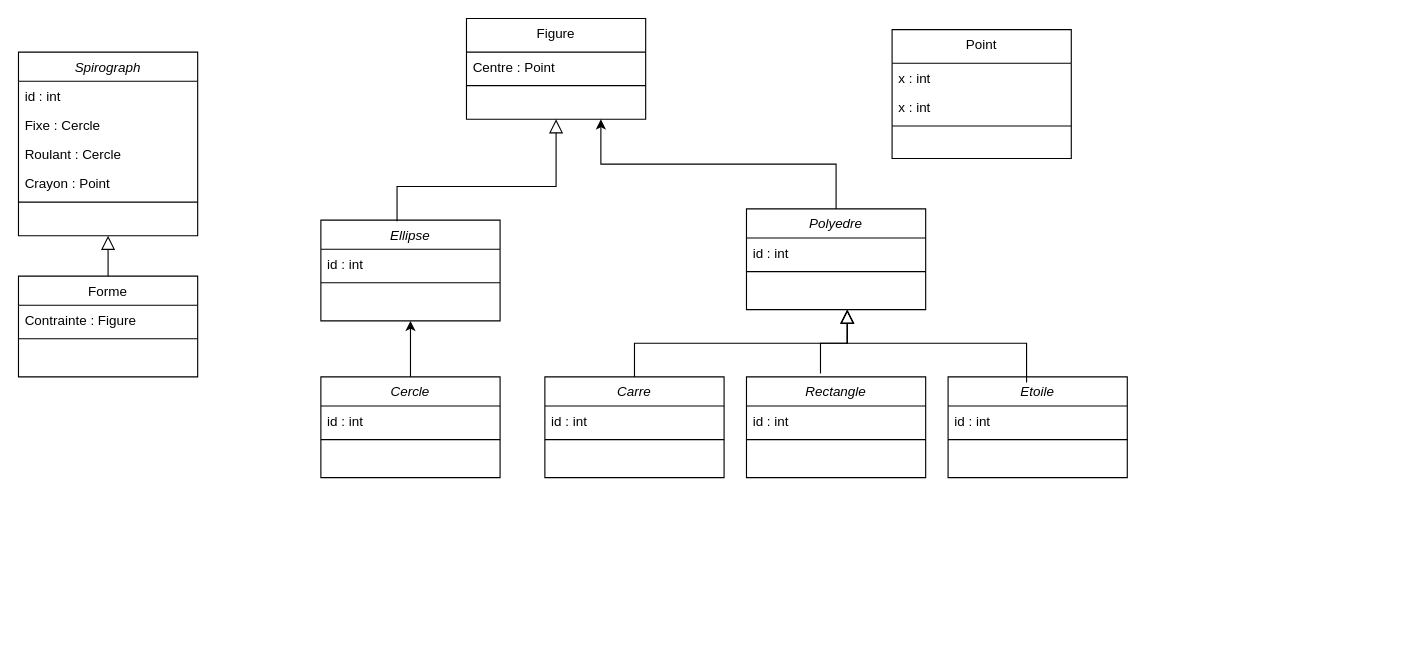
This is spirograph.drawio from Halexeli/The_Incredibles, a draw.io file, before an edit. Source tidied: cells renumbered, new cells numbered last; positions are measured from the earlier drawing's top-left corner, leaving out a move shared by most shapes. Both pictures are drawn from the tidied source at 112%, with x=0, y=0 at pixel (18, 18).
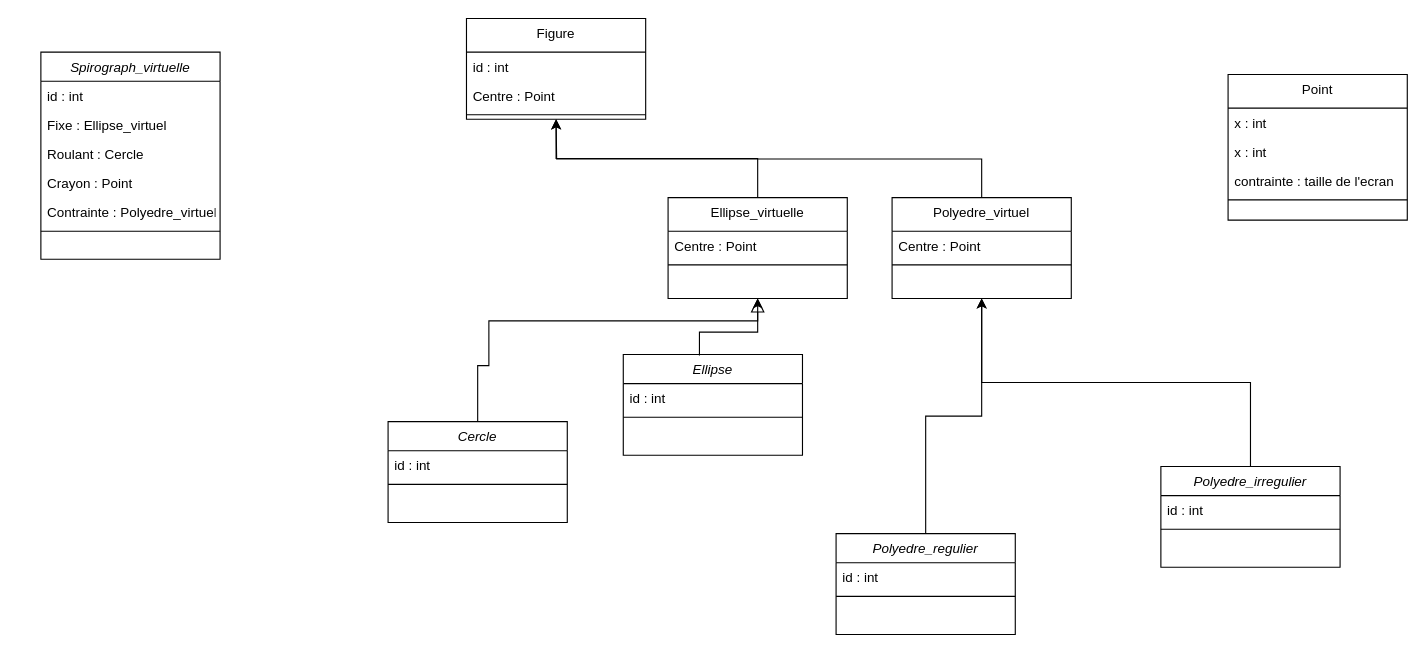
The same diagram, later.

Unchanged cells that the change refers to:
```xml
<mxCell id="12" value="Figure" style="swimlane;fontStyle=0;align=center;verticalAlign=top;horizontal=1;startSize=30;rounded=0;shadow=0;strokeWidth=1;" parent="1" vertex="1">
  <mxGeometry x="400" width="160" height="90" as="geometry" />
</mxCell>
```

Diff of the diagram source:
```diff
@@
-    <mxCell id="2" value="Spirograph" style="swimlane;fontStyle=2;align=center;verticalAlign=top;horizontal=1;startSize=26;rounded=0;shadow=0;strokeWidth=1;" parent="1" vertex="1">
-      <mxGeometry y="30" width="160" height="164" as="geometry" />
+    <mxCell id="2" value="Spirograph_virtuelle" style="swimlane;fontStyle=2;align=center;verticalAlign=top;horizontal=1;startSize=26;rounded=0;shadow=0;strokeWidth=1;" parent="1" vertex="1">
+      <mxGeometry x="20" y="30" width="160" height="185" as="geometry" />
     </mxCell>
@@
-    <mxCell id="4" value="Fixe : Cercle" style="text;align=left;verticalAlign=top;spacingLeft=4;spacingRight=4;overflow=hidden;rounded=0;shadow=0;html=0;" parent="2" vertex="1">
+    <mxCell id="4" value="Fixe : Ellipse_virtuel" style="text;align=left;verticalAlign=top;spacingLeft=4;spacingRight=4;overflow=hidden;rounded=0;shadow=0;html=0;" parent="2" vertex="1">
       <mxGeometry y="52" width="160" height="26" as="geometry" />
     </mxCell>
@@
+    <mxCell id="43" value="Contrainte : Polyedre_virtuel" style="text;align=left;verticalAlign=top;spacingLeft=4;spacingRight=4;overflow=hidden;rounded=0;shadow=0;html=0;" parent="2" vertex="1">
+      <mxGeometry y="130" width="160" height="26" as="geometry" />
+    </mxCell>
     <mxCell id="7" style="line;html=1;strokeWidth=1;align=left;verticalAlign=middle;spacingTop=-1;spacingLeft=3;spacingRight=3;labelPosition=right;" parent="2" vertex="1">
-      <mxGeometry y="130" width="160" height="8" as="geometry" />
+      <mxGeometry y="156" width="160" height="8" as="geometry" />
     </mxCell>
-    <mxCell id="8" value="Forme" style="swimlane;fontStyle=0;align=center;verticalAlign=top;horizontal=1;startSize=26;rounded=0;shadow=0;strokeWidth=1;" parent="1" vertex="1">
-      <mxGeometry y="230" width="160" height="90" as="geometry" />
-    </mxCell>
-    <mxCell id="9" value="Contrainte : Figure" style="text;align=left;verticalAlign=top;spacingLeft=4;spacingRight=4;overflow=hidden;" parent="8" vertex="1">
-      <mxGeometry y="26" width="160" height="26" as="geometry" />
-    </mxCell>
-    <mxCell id="10" style="line;html=1;strokeWidth=1;align=left;verticalAlign=middle;spacingTop=-1;spacingLeft=3;spacingRight=3;labelPosition=right;" parent="8" vertex="1">
-      <mxGeometry y="52" width="160" height="8" as="geometry" />
-    </mxCell>
-    <mxCell id="11" style="endArrow=block;endSize=10;endFill=0;shadow=0;strokeWidth=1;rounded=0;curved=0;edgeStyle=elbowEdgeStyle;elbow=vertical;" parent="1" edge="1" source="8" target="2">
-      <mxGeometry relative="1" as="geometry" />
-    </mxCell>
@@
+    <mxCell id="44" value="id : int" style="text;align=left;verticalAlign=top;spacingLeft=4;spacingRight=4;overflow=hidden;" parent="12" vertex="1">
+      <mxGeometry y="30" width="160" height="26" as="geometry" />
+    </mxCell>
     <mxCell id="13" value="Centre : Point" style="text;align=left;verticalAlign=top;spacingLeft=4;spacingRight=4;overflow=hidden;" parent="12" vertex="1">
-      <mxGeometry y="30" width="160" height="26" as="geometry" />
+      <mxGeometry y="56" width="160" height="26" as="geometry" />
     </mxCell>
     <mxCell id="14" style="line;html=1;strokeWidth=1;align=left;verticalAlign=middle;spacingTop=-1;spacingLeft=3;spacingRight=3;labelPosition=right;" parent="12" vertex="1">
-      <mxGeometry y="56" width="160" height="8" as="geometry" />
+      <mxGeometry y="82" width="160" height="8" as="geometry" />
     </mxCell>
     <mxCell id="15" value="Ellipse" style="swimlane;fontStyle=2;align=center;verticalAlign=top;horizontal=1;startSize=26;rounded=0;shadow=0;strokeWidth=1;" parent="1" vertex="1">
-      <mxGeometry x="270" y="180" width="160" height="90" as="geometry" />
+      <mxGeometry x="540" y="300" width="160" height="90" as="geometry" />
     </mxCell>
@@
-    <mxCell id="18" style="edgeStyle=orthogonalEdgeStyle;rounded=0;jettySize=auto;html=1;exitX=0.5;exitY=0;exitDx=0;exitDy=0;entryX=0.5;entryY=1;entryDx=0;entryDy=0;" parent="1" edge="1" source="19" target="15">
-      <mxGeometry relative="1" as="geometry" />
+    <mxCell id="18" style="edgeStyle=orthogonalEdgeStyle;rounded=0;jettySize=auto;html=1;exitX=0.5;exitY=0;exitDx=0;exitDy=0;entryX=0.5;entryY=1;entryDx=0;entryDy=0;" parent="1" edge="1" source="19" target="55">
+      <mxGeometry relative="1" as="geometry">
+        <Array as="points">
+          <mxPoint x="410" y="310" />
+          <mxPoint x="420" y="310" />
+          <mxPoint x="420" y="270" />
+          <mxPoint x="660" y="270" />
+        </Array>
+      </mxGeometry>
     </mxCell>
     <mxCell id="19" value="Cercle" style="swimlane;fontStyle=2;align=center;verticalAlign=top;horizontal=1;startSize=26;rounded=0;shadow=0;strokeWidth=1;" parent="1" vertex="1">
-      <mxGeometry x="270" y="320" width="160" height="90" as="geometry" />
+      <mxGeometry x="330" y="360" width="160" height="90" as="geometry" />
     </mxCell>
@@
-    <mxCell id="22" style="edgeStyle=orthogonalEdgeStyle;rounded=0;jettySize=auto;html=1;exitX=0.5;exitY=0;exitDx=0;exitDy=0;entryX=0.75;entryY=1;entryDx=0;entryDy=0;" parent="1" edge="1" source="23" target="12">
-      <mxGeometry relative="1" as="geometry" />
-    </mxCell>
-    <mxCell id="23" value="Polyedre" style="swimlane;fontStyle=2;align=center;verticalAlign=top;horizontal=1;startSize=26;rounded=0;shadow=0;strokeWidth=1;" parent="1" vertex="1">
-      <mxGeometry x="650" y="170" width="160" height="90" as="geometry" />
-    </mxCell>
-    <mxCell id="24" value="id : int" style="text;align=left;verticalAlign=top;spacingLeft=4;spacingRight=4;overflow=hidden;" parent="23" vertex="1">
-      <mxGeometry y="26" width="160" height="26" as="geometry" />
-    </mxCell>
-    <mxCell id="25" style="line;html=1;strokeWidth=1;align=left;verticalAlign=middle;spacingTop=-1;spacingLeft=3;spacingRight=3;labelPosition=right;" parent="23" vertex="1">
-      <mxGeometry y="52" width="160" height="8" as="geometry" />
-    </mxCell>
-    <mxCell id="26" value="Carre" style="swimlane;fontStyle=2;align=center;verticalAlign=top;horizontal=1;startSize=26;rounded=0;shadow=0;strokeWidth=1;" parent="1" vertex="1">
-      <mxGeometry x="470" y="320" width="160" height="90" as="geometry" />
-    </mxCell>
-    <mxCell id="27" value="id : int" style="text;align=left;verticalAlign=top;spacingLeft=4;spacingRight=4;overflow=hidden;" parent="26" vertex="1">
-      <mxGeometry y="26" width="160" height="26" as="geometry" />
-    </mxCell>
-    <mxCell id="28" style="line;html=1;strokeWidth=1;align=left;verticalAlign=middle;spacingTop=-1;spacingLeft=3;spacingRight=3;labelPosition=right;" parent="26" vertex="1">
-      <mxGeometry y="52" width="160" height="8" as="geometry" />
-    </mxCell>
-    <mxCell id="29" value="Rectangle" style="swimlane;fontStyle=2;align=center;verticalAlign=top;horizontal=1;startSize=26;rounded=0;shadow=0;strokeWidth=1;" parent="1" vertex="1">
-      <mxGeometry x="650" y="320" width="160" height="90" as="geometry" />
-    </mxCell>
-    <mxCell id="30" value="id : int" style="text;align=left;verticalAlign=top;spacingLeft=4;spacingRight=4;overflow=hidden;" parent="29" vertex="1">
-      <mxGeometry y="26" width="160" height="26" as="geometry" />
-    </mxCell>
-    <mxCell id="31" style="line;html=1;strokeWidth=1;align=left;verticalAlign=middle;spacingTop=-1;spacingLeft=3;spacingRight=3;labelPosition=right;" parent="29" vertex="1">
-      <mxGeometry y="52" width="160" height="8" as="geometry" />
-    </mxCell>
-    <mxCell id="32" value="Etoile" style="swimlane;fontStyle=2;align=center;verticalAlign=top;horizontal=1;startSize=26;rounded=0;shadow=0;strokeWidth=1;" parent="1" vertex="1">
-      <mxGeometry x="830" y="320" width="160" height="90" as="geometry" />
-    </mxCell>
-    <mxCell id="33" value="id : int" style="text;align=left;verticalAlign=top;spacingLeft=4;spacingRight=4;overflow=hidden;" parent="32" vertex="1">
-      <mxGeometry y="26" width="160" height="26" as="geometry" />
-    </mxCell>
-    <mxCell id="34" style="line;html=1;strokeWidth=1;align=left;verticalAlign=middle;spacingTop=-1;spacingLeft=3;spacingRight=3;labelPosition=right;" parent="32" vertex="1">
-      <mxGeometry y="52" width="160" height="8" as="geometry" />
-    </mxCell>
-    <mxCell id="35" style="endArrow=block;endSize=10;endFill=0;shadow=0;strokeWidth=1;rounded=0;curved=0;edgeStyle=elbowEdgeStyle;elbow=vertical;entryX=0.5;entryY=1;entryDx=0;entryDy=0;exitX=0.425;exitY=0.011;exitDx=0;exitDy=0;exitPerimeter=0;" parent="1" edge="1" source="15" target="12">
+    <mxCell id="35" style="endArrow=block;endSize=10;endFill=0;shadow=0;strokeWidth=1;rounded=0;curved=0;edgeStyle=elbowEdgeStyle;elbow=vertical;entryX=0.5;entryY=1;entryDx=0;entryDy=0;exitX=0.425;exitY=0.011;exitDx=0;exitDy=0;exitPerimeter=0;" parent="1" edge="1" source="15" target="55">
       <mxGeometry relative="1" as="geometry">
         <Array as="points">
-          <mxPoint x="350" y="150" />
+          <mxPoint x="670" y="280" />
+          <mxPoint x="940" y="330" />
           <mxPoint x="460" y="150" />
         </Array>
       </mxGeometry>
     </mxCell>
-    <mxCell id="36" style="endArrow=block;endSize=10;endFill=0;shadow=0;strokeWidth=1;rounded=0;curved=0;edgeStyle=elbowEdgeStyle;elbow=vertical;exitX=0.438;exitY=0.056;exitDx=0;exitDy=0;exitPerimeter=0;" parent="1" edge="1" source="32">
-      <mxGeometry relative="1" as="geometry">
-        <mxPoint x="740" y="260" as="targetPoint" />
-        <Array as="points">
-          <mxPoint x="839.5" y="290" />
-          <mxPoint x="700" y="300" />
-        </Array>
-      </mxGeometry>
-    </mxCell>
-    <mxCell id="37" style="endArrow=block;endSize=10;endFill=0;shadow=0;strokeWidth=1;rounded=0;curved=0;edgeStyle=elbowEdgeStyle;elbow=vertical;exitX=0.413;exitY=-0.033;exitDx=0;exitDy=0;exitPerimeter=0;" parent="1" edge="1" source="29">
-      <mxGeometry relative="1" as="geometry">
-        <mxPoint x="740" y="260" as="targetPoint" />
-        <Array as="points">
-          <mxPoint x="730" y="290" />
-          <mxPoint x="710" y="310" />
-        </Array>
-      </mxGeometry>
-    </mxCell>
-    <mxCell id="38" style="endArrow=block;endSize=10;endFill=0;shadow=0;strokeWidth=1;rounded=0;curved=0;edgeStyle=elbowEdgeStyle;elbow=vertical;" parent="1" edge="1" source="26">
-      <mxGeometry relative="1" as="geometry">
-        <mxPoint x="740" y="260" as="targetPoint" />
-        <Array as="points">
-          <mxPoint x="640" y="290" />
-          <mxPoint x="720" y="320" />
-        </Array>
-      </mxGeometry>
-    </mxCell>
     <mxCell id="39" value="Point" style="swimlane;fontStyle=0;align=center;verticalAlign=top;horizontal=1;startSize=30;rounded=0;shadow=0;strokeWidth=1;" parent="1" vertex="1">
-      <mxGeometry x="780" y="10" width="160" height="115" as="geometry" />
+      <mxGeometry x="1080" y="50" width="160" height="130" as="geometry" />
     </mxCell>
@@
+    <mxCell id="45" value="x : int&#10;&#10;&#10;" style="text;align=left;verticalAlign=top;spacingLeft=4;spacingRight=4;overflow=hidden;" parent="39" vertex="1">
+      <mxGeometry y="56" width="160" height="26" as="geometry" />
+    </mxCell>
-    <mxCell id="41" value="x : int&#10;" style="text;align=left;verticalAlign=top;spacingLeft=4;spacingRight=4;overflow=hidden;" parent="39" vertex="1">
-      <mxGeometry y="56" width="160" height="26" as="geometry" />
+    <mxCell id="41" value="contrainte : taille de l'ecran" style="text;align=left;verticalAlign=top;spacingLeft=4;spacingRight=4;overflow=hidden;" parent="39" vertex="1">
+      <mxGeometry y="82" width="160" height="26" as="geometry" />
     </mxCell>
     <mxCell id="42" style="line;html=1;strokeWidth=1;align=left;verticalAlign=middle;spacingTop=-1;spacingLeft=3;spacingRight=3;labelPosition=right;" parent="39" vertex="1">
-      <mxGeometry y="82" width="160" height="8" as="geometry" />
+      <mxGeometry y="108" width="160" height="8" as="geometry" />
     </mxCell>
+    <mxCell id="46" style="edgeStyle=orthogonalEdgeStyle;rounded=0;jettySize=auto;html=1;exitX=0.5;exitY=0;exitDx=0;exitDy=0;entryX=0.5;entryY=1;entryDx=0;entryDy=0;" parent="1" edge="1" source="47" target="59">
+      <mxGeometry relative="1" as="geometry" />
+    </mxCell>
+    <mxCell id="47" value="Polyedre_irregulier" style="swimlane;fontStyle=2;align=center;verticalAlign=top;horizontal=1;startSize=26;rounded=0;shadow=0;strokeWidth=1;" parent="1" vertex="1">
+      <mxGeometry x="1020" y="400" width="160" height="90" as="geometry" />
+    </mxCell>
+    <mxCell id="48" value="id : int" style="text;align=left;verticalAlign=top;spacingLeft=4;spacingRight=4;overflow=hidden;" parent="47" vertex="1">
+      <mxGeometry y="26" width="160" height="26" as="geometry" />
+    </mxCell>
+    <mxCell id="49" style="line;html=1;strokeWidth=1;align=left;verticalAlign=middle;spacingTop=-1;spacingLeft=3;spacingRight=3;labelPosition=right;" parent="47" vertex="1">
+      <mxGeometry y="52" width="160" height="8" as="geometry" />
+    </mxCell>
+    <mxCell id="50" style="edgeStyle=orthogonalEdgeStyle;rounded=0;jettySize=auto;html=1;exitX=0.5;exitY=0;exitDx=0;exitDy=0;entryX=0.5;entryY=1;entryDx=0;entryDy=0;" parent="1" edge="1" source="51" target="59">
+      <mxGeometry relative="1" as="geometry" />
+    </mxCell>
+    <mxCell id="51" value="Polyedre_regulier" style="swimlane;fontStyle=2;align=center;verticalAlign=top;horizontal=1;startSize=26;rounded=0;shadow=0;strokeWidth=1;" parent="1" vertex="1">
+      <mxGeometry x="730" y="460" width="160" height="90" as="geometry" />
+    </mxCell>
+    <mxCell id="52" value="id : int" style="text;align=left;verticalAlign=top;spacingLeft=4;spacingRight=4;overflow=hidden;" parent="51" vertex="1">
+      <mxGeometry y="26" width="160" height="26" as="geometry" />
+    </mxCell>
+    <mxCell id="53" style="line;html=1;strokeWidth=1;align=left;verticalAlign=middle;spacingTop=-1;spacingLeft=3;spacingRight=3;labelPosition=right;" parent="51" vertex="1">
+      <mxGeometry y="52" width="160" height="8" as="geometry" />
+    </mxCell>
+    <mxCell id="54" style="edgeStyle=orthogonalEdgeStyle;rounded=0;jettySize=auto;html=1;exitX=0.5;exitY=0;exitDx=0;exitDy=0;entryX=0.5;entryY=1;entryDx=0;entryDy=0;" parent="1" edge="1" source="55" target="12">
+      <mxGeometry relative="1" as="geometry" />
+    </mxCell>
+    <mxCell id="55" value="Ellipse_virtuelle" style="swimlane;fontStyle=0;align=center;verticalAlign=top;horizontal=1;startSize=30;rounded=0;shadow=0;strokeWidth=1;" parent="1" vertex="1">
+      <mxGeometry x="580" y="160" width="160" height="90" as="geometry" />
+    </mxCell>
+    <mxCell id="56" value="Centre : Point" style="text;align=left;verticalAlign=top;spacingLeft=4;spacingRight=4;overflow=hidden;" parent="55" vertex="1">
+      <mxGeometry y="30" width="160" height="26" as="geometry" />
+    </mxCell>
+    <mxCell id="57" style="line;html=1;strokeWidth=1;align=left;verticalAlign=middle;spacingTop=-1;spacingLeft=3;spacingRight=3;labelPosition=right;" parent="55" vertex="1">
+      <mxGeometry y="56" width="160" height="8" as="geometry" />
+    </mxCell>
+    <mxCell id="58" style="edgeStyle=orthogonalEdgeStyle;rounded=0;jettySize=auto;html=1;exitX=0.5;exitY=0;exitDx=0;exitDy=0;" parent="1" edge="1" source="59">
+      <mxGeometry relative="1" as="geometry">
+        <mxPoint x="480" y="90" as="targetPoint" />
+      </mxGeometry>
+    </mxCell>
+    <mxCell id="59" value="Polyedre_virtuel" style="swimlane;fontStyle=0;align=center;verticalAlign=top;horizontal=1;startSize=30;rounded=0;shadow=0;strokeWidth=1;" parent="1" vertex="1">
+      <mxGeometry x="780" y="160" width="160" height="90" as="geometry" />
+    </mxCell>
+    <mxCell id="60" value="Centre : Point" style="text;align=left;verticalAlign=top;spacingLeft=4;spacingRight=4;overflow=hidden;" parent="59" vertex="1">
+      <mxGeometry y="30" width="160" height="26" as="geometry" />
+    </mxCell>
+    <mxCell id="61" style="line;html=1;strokeWidth=1;align=left;verticalAlign=middle;spacingTop=-1;spacingLeft=3;spacingRight=3;labelPosition=right;" parent="59" vertex="1">
+      <mxGeometry y="56" width="160" height="8" as="geometry" />
+    </mxCell>
```
